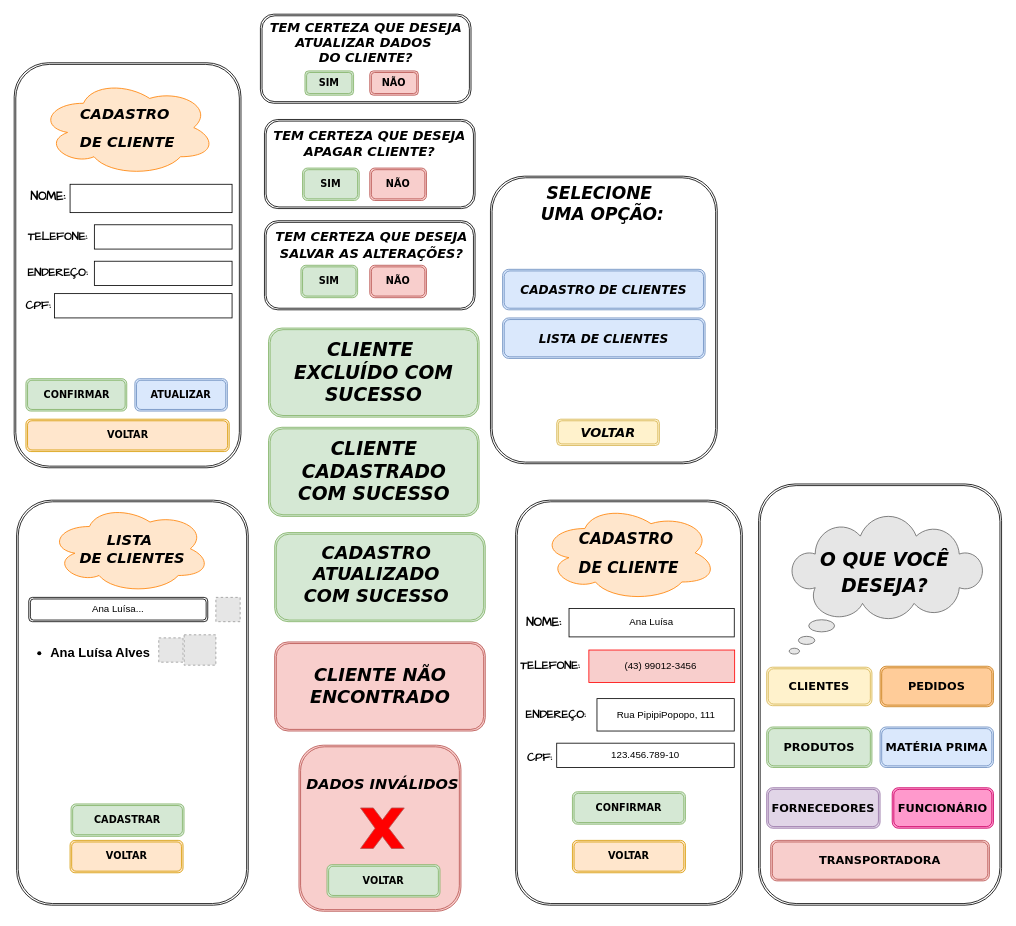
Earlier version of the draw.io diagram page "Página-1" (1 of 6) of doc/interfaces.drawio (sarahnandynne/fluxograma.sarah). Source tidied: cells renumbered, new cells numbered last; positions are measured from the earlier drawing's top-left corner, leaving out a move shared by most shapes. Both pictures are drawn from the tidied source at 81%, with x=0, y=0 at pixel (14, 14). Pictures stored in the file or linked from it are replaced by grey dashed boxes.
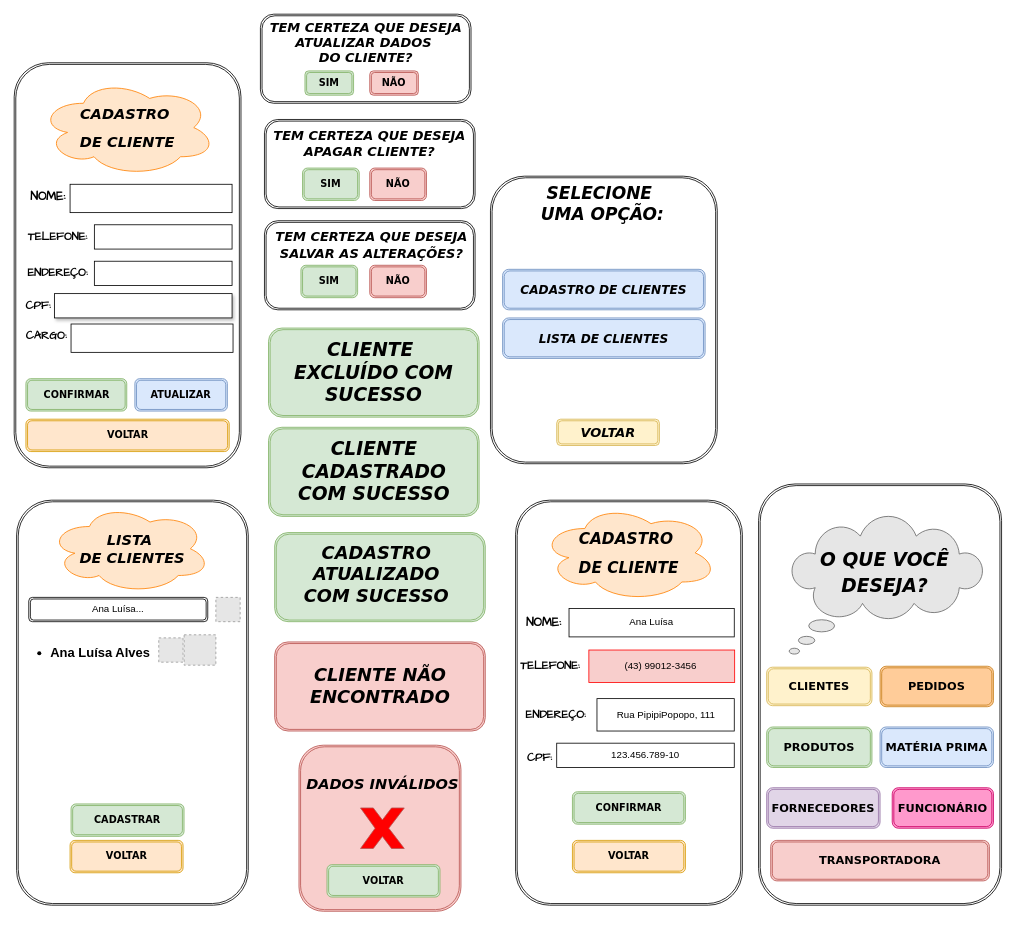
Above is the later version.

Change to the diagram source:
```diff
@@
-    <mxCell id="67" style="whiteSpace=wrap;html=1;align=center;newEdgeStyle={&quot;edgeStyle&quot;:&quot;elbowEdgeStyle&quot;,&quot;startArrow&quot;:&quot;none&quot;,&quot;endArrow&quot;:&quot;none&quot;};" parent="1" vertex="1">
+    <mxCell id="67" style="whiteSpace=wrap;html=1;align=center;newEdgeStyle={&quot;edgeStyle&quot;:&quot;elbowEdgeStyle&quot;,&quot;startArrow&quot;:&quot;none&quot;,&quot;endArrow&quot;:&quot;none&quot;};shadow=1;" parent="1" vertex="1">
       <mxGeometry x="49.8" y="345" width="219.2" height="30" as="geometry" />
     </mxCell>
@@
+    <mxCell id="74" style="whiteSpace=wrap;html=1;align=center;newEdgeStyle={&quot;edgeStyle&quot;:&quot;elbowEdgeStyle&quot;,&quot;startArrow&quot;:&quot;none&quot;,&quot;endArrow&quot;:&quot;none&quot;};" parent="1" vertex="1">
+      <mxGeometry x="70.2" y="382.5" width="200" height="35" as="geometry" />
+    </mxCell>
+    <mxCell id="75" value="CARGO:" style="text;html=1;align=center;verticalAlign=middle;whiteSpace=wrap;rounded=0;fontFamily=Comic Sans MS;fontStyle=1;fontSize=14;" parent="1" vertex="1">
+      <mxGeometry x="10.2" y="382.5" width="60" height="30" as="geometry" />
+    </mxCell>
```
